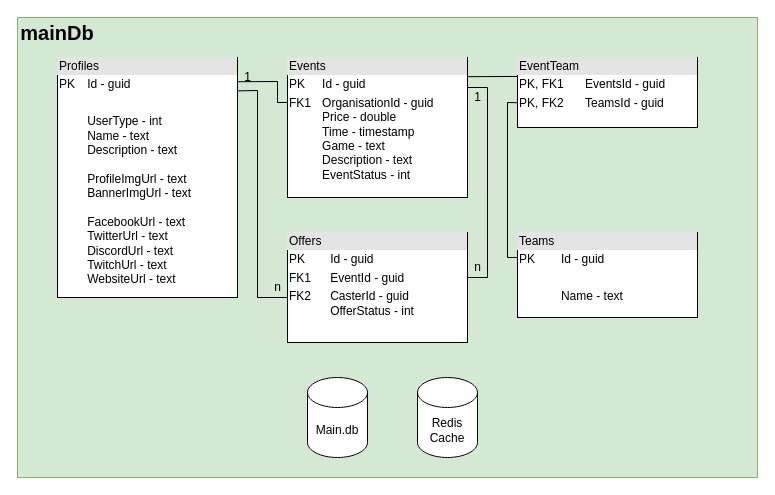
riv4lz/riv4lz-backend keeps this draw.io diagram as page "MainDb" (3 of 10) of diagrams/Users2_db_schema.drawio. Above is the earlier version. Source tidied: cells renumbered, new cells numbered last; positions are measured from the earlier drawing's top-left corner, leaving out a move shared by most shapes. Both pictures are drawn from the tidied source at 100%, with x=0, y=0 at pixel (17, 17).
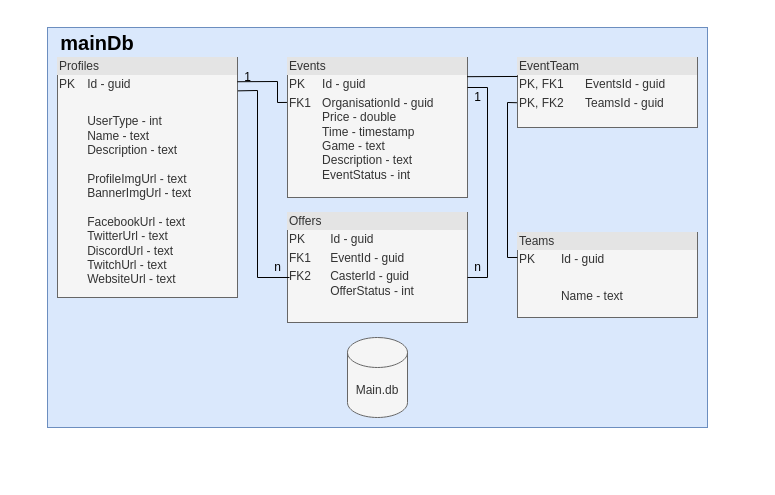
The same page after the edit.

The edit, as a diff of the source:
```diff
@@
-    <mxCell id="2" style="rounded=0;whiteSpace=wrap;html=1;fontSize=20;fillColor=#d5e8d4;strokeColor=#82b366;" parent="1" vertex="1">
-      <mxGeometry width="740" height="460" as="geometry" />
+    <mxCell id="2" style="rounded=0;whiteSpace=wrap;html=1;fontSize=20;fillColor=#dae8fc;strokeColor=#6c8ebf;" parent="1" vertex="1">
+      <mxGeometry x="30" y="10" width="660" height="400" as="geometry" />
     </mxCell>
-    <mxCell id="3" value="&lt;div style=&quot;box-sizing: border-box ; width: 100% ; background: #e4e4e4 ; padding: 2px&quot;&gt;Profiles&lt;/div&gt;&lt;table style=&quot;width: 100% ; font-size: 1em&quot; cellpadding=&quot;2&quot; cellspacing=&quot;0&quot;&gt;&lt;tbody&gt;&lt;tr&gt;&lt;td&gt;PK&lt;/td&gt;&lt;td&gt;Id - guid&lt;/td&gt;&lt;/tr&gt;&lt;tr&gt;&lt;td&gt;&lt;br&gt;&lt;/td&gt;&lt;td&gt;&lt;br&gt;&lt;/td&gt;&lt;/tr&gt;&lt;tr&gt;&lt;td&gt;&lt;/td&gt;&lt;td&gt;UserType - int&lt;br&gt;Name - text&lt;br&gt;Description - text&lt;br&gt;&lt;br&gt;ProfileImgUrl - text&lt;br&gt;BannerImgUrl&amp;nbsp;- text&lt;br&gt;&lt;br&gt;FacebookUrl&amp;nbsp;- text&lt;br&gt;TwitterUrl&amp;nbsp;- text&lt;br&gt;DiscordUrl&amp;nbsp;- text&lt;br&gt;TwitchUrl&amp;nbsp;- text&lt;br&gt;WebsiteUrl&amp;nbsp;- text&lt;br&gt;&lt;/td&gt;&lt;/tr&gt;&lt;/tbody&gt;&lt;/table&gt;" style="verticalAlign=top;align=left;overflow=fill;html=1;" parent="1" vertex="1">
+    <mxCell id="3" value="&lt;div style=&quot;box-sizing: border-box ; width: 100% ; background: #e4e4e4 ; padding: 2px&quot;&gt;Profiles&lt;/div&gt;&lt;table style=&quot;width: 100% ; font-size: 1em&quot; cellpadding=&quot;2&quot; cellspacing=&quot;0&quot;&gt;&lt;tbody&gt;&lt;tr&gt;&lt;td&gt;PK&lt;/td&gt;&lt;td&gt;Id - guid&lt;/td&gt;&lt;/tr&gt;&lt;tr&gt;&lt;td&gt;&lt;br&gt;&lt;/td&gt;&lt;td&gt;&lt;br&gt;&lt;/td&gt;&lt;/tr&gt;&lt;tr&gt;&lt;td&gt;&lt;/td&gt;&lt;td&gt;UserType - int&lt;br&gt;Name - text&lt;br&gt;Description - text&lt;br&gt;&lt;br&gt;ProfileImgUrl - text&lt;br&gt;BannerImgUrl&amp;nbsp;- text&lt;br&gt;&lt;br&gt;FacebookUrl&amp;nbsp;- text&lt;br&gt;TwitterUrl&amp;nbsp;- text&lt;br&gt;DiscordUrl&amp;nbsp;- text&lt;br&gt;TwitchUrl&amp;nbsp;- text&lt;br&gt;WebsiteUrl&amp;nbsp;- text&lt;br&gt;&lt;/td&gt;&lt;/tr&gt;&lt;/tbody&gt;&lt;/table&gt;" style="verticalAlign=top;align=left;overflow=fill;html=1;fillColor=#f5f5f5;fontColor=#333333;strokeColor=#666666;" parent="1" vertex="1">
       <mxGeometry x="40" y="40" width="180" height="240" as="geometry" />
     </mxCell>
-    <mxCell id="4" value="Main.db" style="shape=cylinder3;whiteSpace=wrap;html=1;boundedLbl=1;backgroundOutline=1;size=15;" parent="1" vertex="1">
-      <mxGeometry x="290" y="360" width="60" height="80" as="geometry" />
+    <mxCell id="4" value="Main.db" style="shape=cylinder3;whiteSpace=wrap;html=1;boundedLbl=1;backgroundOutline=1;size=15;fillColor=#f5f5f5;fontColor=#333333;strokeColor=#666666;" parent="1" vertex="1">
+      <mxGeometry x="330" y="320" width="60" height="80" as="geometry" />
     </mxCell>
-    <mxCell id="5" value="Redis Cache" style="shape=cylinder3;whiteSpace=wrap;html=1;boundedLbl=1;backgroundOutline=1;size=15;" parent="1" vertex="1">
-      <mxGeometry x="400" y="360" width="60" height="80" as="geometry" />
-    </mxCell>
-    <mxCell id="6" value="&lt;div style=&quot;box-sizing: border-box ; width: 100% ; background: #e4e4e4 ; padding: 2px&quot;&gt;Teams&lt;/div&gt;&lt;table style=&quot;width: 100% ; font-size: 1em&quot; cellpadding=&quot;2&quot; cellspacing=&quot;0&quot;&gt;&lt;tbody&gt;&lt;tr&gt;&lt;td&gt;PK&lt;/td&gt;&lt;td&gt;Id - guid&lt;/td&gt;&lt;/tr&gt;&lt;tr&gt;&lt;td&gt;&lt;br&gt;&lt;/td&gt;&lt;td&gt;&lt;br&gt;&lt;/td&gt;&lt;/tr&gt;&lt;tr&gt;&lt;td&gt;&lt;br&gt;&lt;/td&gt;&lt;td&gt;Name - text&lt;/td&gt;&lt;/tr&gt;&lt;/tbody&gt;&lt;/table&gt;" style="verticalAlign=top;align=left;overflow=fill;html=1;" parent="1" vertex="1">
+    <mxCell id="6" value="&lt;div style=&quot;box-sizing: border-box ; width: 100% ; background: #e4e4e4 ; padding: 2px&quot;&gt;Teams&lt;/div&gt;&lt;table style=&quot;width: 100% ; font-size: 1em&quot; cellpadding=&quot;2&quot; cellspacing=&quot;0&quot;&gt;&lt;tbody&gt;&lt;tr&gt;&lt;td&gt;PK&lt;/td&gt;&lt;td&gt;Id - guid&lt;/td&gt;&lt;/tr&gt;&lt;tr&gt;&lt;td&gt;&lt;br&gt;&lt;/td&gt;&lt;td&gt;&lt;br&gt;&lt;/td&gt;&lt;/tr&gt;&lt;tr&gt;&lt;td&gt;&lt;br&gt;&lt;/td&gt;&lt;td&gt;Name - text&lt;/td&gt;&lt;/tr&gt;&lt;/tbody&gt;&lt;/table&gt;" style="verticalAlign=top;align=left;overflow=fill;html=1;fillColor=#f5f5f5;fontColor=#333333;strokeColor=#666666;" parent="1" vertex="1">
       <mxGeometry x="500" y="215" width="180" height="85" as="geometry" />
     </mxCell>
-    <mxCell id="7" value="&lt;div style=&quot;box-sizing:border-box;width:100%;background:#e4e4e4;padding:2px;&quot;&gt;EventTeam&lt;/div&gt;&lt;table style=&quot;width:100%;font-size:1em;&quot; cellpadding=&quot;2&quot; cellspacing=&quot;0&quot;&gt;&lt;tbody&gt;&lt;tr&gt;&lt;td&gt;PK, FK1&lt;/td&gt;&lt;td&gt;EventsId - guid&lt;/td&gt;&lt;/tr&gt;&lt;tr&gt;&lt;td&gt;PK, FK2&lt;/td&gt;&lt;td&gt;TeamsId - guid&lt;/td&gt;&lt;/tr&gt;&lt;tr&gt;&lt;td&gt;&lt;/td&gt;&lt;td&gt;&lt;br&gt;&lt;/td&gt;&lt;/tr&gt;&lt;/tbody&gt;&lt;/table&gt;" style="verticalAlign=top;align=left;overflow=fill;html=1;" parent="1" vertex="1">
+    <mxCell id="7" value="&lt;div style=&quot;box-sizing:border-box;width:100%;background:#e4e4e4;padding:2px;&quot;&gt;EventTeam&lt;/div&gt;&lt;table style=&quot;width:100%;font-size:1em;&quot; cellpadding=&quot;2&quot; cellspacing=&quot;0&quot;&gt;&lt;tbody&gt;&lt;tr&gt;&lt;td&gt;PK, FK1&lt;/td&gt;&lt;td&gt;EventsId - guid&lt;/td&gt;&lt;/tr&gt;&lt;tr&gt;&lt;td&gt;PK, FK2&lt;/td&gt;&lt;td&gt;TeamsId - guid&lt;/td&gt;&lt;/tr&gt;&lt;tr&gt;&lt;td&gt;&lt;/td&gt;&lt;td&gt;&lt;br&gt;&lt;/td&gt;&lt;/tr&gt;&lt;/tbody&gt;&lt;/table&gt;" style="verticalAlign=top;align=left;overflow=fill;html=1;fillColor=#f5f5f5;fontColor=#333333;strokeColor=#666666;" parent="1" vertex="1">
       <mxGeometry x="500" y="40" width="180" height="70" as="geometry" />
     </mxCell>
-    <mxCell id="8" value="&lt;div style=&quot;box-sizing:border-box;width:100%;background:#e4e4e4;padding:2px;&quot;&gt;Offers&lt;/div&gt;&lt;table style=&quot;width:100%;font-size:1em;&quot; cellpadding=&quot;2&quot; cellspacing=&quot;0&quot;&gt;&lt;tbody&gt;&lt;tr&gt;&lt;td&gt;PK&lt;/td&gt;&lt;td&gt;Id - guid&lt;/td&gt;&lt;/tr&gt;&lt;tr&gt;&lt;td&gt;FK1&lt;br&gt;&lt;/td&gt;&lt;td&gt;EventId - guid&lt;br&gt;&lt;/td&gt;&lt;/tr&gt;&lt;tr&gt;&lt;td&gt;FK2&lt;br&gt;&lt;br&gt;&lt;/td&gt;&lt;td&gt;CasterId - guid&lt;br&gt;OfferStatus - int&lt;/td&gt;&lt;/tr&gt;&lt;/tbody&gt;&lt;/table&gt;" style="verticalAlign=top;align=left;overflow=fill;html=1;" parent="1" vertex="1">
-      <mxGeometry x="270" y="215" width="180" height="110" as="geometry" />
+    <mxCell id="8" value="&lt;div style=&quot;box-sizing:border-box;width:100%;background:#e4e4e4;padding:2px;&quot;&gt;Offers&lt;/div&gt;&lt;table style=&quot;width:100%;font-size:1em;&quot; cellpadding=&quot;2&quot; cellspacing=&quot;0&quot;&gt;&lt;tbody&gt;&lt;tr&gt;&lt;td&gt;PK&lt;/td&gt;&lt;td&gt;Id - guid&lt;/td&gt;&lt;/tr&gt;&lt;tr&gt;&lt;td&gt;FK1&lt;br&gt;&lt;/td&gt;&lt;td&gt;EventId - guid&lt;br&gt;&lt;/td&gt;&lt;/tr&gt;&lt;tr&gt;&lt;td&gt;FK2&lt;br&gt;&lt;br&gt;&lt;/td&gt;&lt;td&gt;CasterId - guid&lt;br&gt;OfferStatus - int&lt;/td&gt;&lt;/tr&gt;&lt;/tbody&gt;&lt;/table&gt;" style="verticalAlign=top;align=left;overflow=fill;html=1;fillColor=#f5f5f5;fontColor=#333333;strokeColor=#666666;" parent="1" vertex="1">
+      <mxGeometry x="270" y="195" width="180" height="110" as="geometry" />
     </mxCell>
-    <mxCell id="9" value="&lt;div style=&quot;box-sizing:border-box;width:100%;background:#e4e4e4;padding:2px;&quot;&gt;Events&lt;/div&gt;&lt;table style=&quot;width:100%;font-size:1em;&quot; cellpadding=&quot;2&quot; cellspacing=&quot;0&quot;&gt;&lt;tbody&gt;&lt;tr&gt;&lt;td&gt;PK&lt;/td&gt;&lt;td&gt;Id - guid&lt;/td&gt;&lt;/tr&gt;&lt;tr&gt;&lt;td&gt;FK1&lt;br&gt;&lt;br&gt;&lt;br&gt;&lt;br&gt;&lt;br&gt;&lt;br&gt;&lt;br&gt;&lt;/td&gt;&lt;td&gt;OrganisationId - guid&lt;br&gt;Price - double&lt;br&gt;Time - timestamp&lt;br&gt;Game - text&lt;br&gt;Description - text&lt;br&gt;EventStatus - int&lt;br&gt;&lt;br&gt;&lt;/td&gt;&lt;/tr&gt;&lt;tr&gt;&lt;td&gt;&lt;/td&gt;&lt;td&gt;&lt;br&gt;&lt;/td&gt;&lt;/tr&gt;&lt;/tbody&gt;&lt;/table&gt;" style="verticalAlign=top;align=left;overflow=fill;html=1;" parent="1" vertex="1">
+    <mxCell id="9" value="&lt;div style=&quot;box-sizing:border-box;width:100%;background:#e4e4e4;padding:2px;&quot;&gt;Events&lt;/div&gt;&lt;table style=&quot;width:100%;font-size:1em;&quot; cellpadding=&quot;2&quot; cellspacing=&quot;0&quot;&gt;&lt;tbody&gt;&lt;tr&gt;&lt;td&gt;PK&lt;/td&gt;&lt;td&gt;Id - guid&lt;/td&gt;&lt;/tr&gt;&lt;tr&gt;&lt;td&gt;FK1&lt;br&gt;&lt;br&gt;&lt;br&gt;&lt;br&gt;&lt;br&gt;&lt;br&gt;&lt;br&gt;&lt;/td&gt;&lt;td&gt;OrganisationId - guid&lt;br&gt;Price - double&lt;br&gt;Time - timestamp&lt;br&gt;Game - text&lt;br&gt;Description - text&lt;br&gt;EventStatus - int&lt;br&gt;&lt;br&gt;&lt;/td&gt;&lt;/tr&gt;&lt;tr&gt;&lt;td&gt;&lt;/td&gt;&lt;td&gt;&lt;br&gt;&lt;/td&gt;&lt;/tr&gt;&lt;/tbody&gt;&lt;/table&gt;" style="verticalAlign=top;align=left;overflow=fill;html=1;fillColor=#f5f5f5;fontColor=#333333;strokeColor=#666666;" parent="1" vertex="1">
       <mxGeometry x="270" y="40" width="180" height="140" as="geometry" />
     </mxCell>
@@
-    <mxCell id="12" style="endArrow=none;html=1;rounded=0;entryX=1.002;entryY=0.139;entryDx=0;entryDy=0;entryPerimeter=0;" parent="1" edge="1" target="3">
+    <mxCell id="12" style="endArrow=none;html=1;rounded=0;entryX=1.002;entryY=0.139;entryDx=0;entryDy=0;entryPerimeter=0;exitX=1.1;exitY=1;exitDx=0;exitDy=0;exitPerimeter=0;" parent="1" edge="1" source="17" target="3">
       <mxGeometry relative="1" as="geometry">
-        <mxPoint x="270" y="280" as="sourcePoint" />
         <Array as="points">
-          <mxPoint x="240" y="280" />
+          <mxPoint x="240" y="260" />
           <mxPoint x="240" y="73" />
         </Array>
       </mxGeometry>
     </mxCell>
@@
     <mxCell id="17" value="n" style="text;html=1;align=center;verticalAlign=middle;points=[];strokeColor=none;fillColor=none;" parent="1" vertex="1">
-      <mxGeometry x="250" y="260" width="20" height="20" as="geometry" />
+      <mxGeometry x="250" y="240" width="20" height="20" as="geometry" />
     </mxCell>
@@
     <mxCell id="19" value="&lt;b&gt;&lt;font style=&quot;font-size: 20px;&quot;&gt;mainDb&lt;/font&gt;&lt;/b&gt;" style="text;html=1;strokeColor=none;fillColor=none;align=center;verticalAlign=middle;whiteSpace=wrap;rounded=0;" parent="1" vertex="1">
-      <mxGeometry x="10" width="60" height="30" as="geometry" />
+      <mxGeometry x="50" y="10" width="60" height="30" as="geometry" />
     </mxCell>
```
